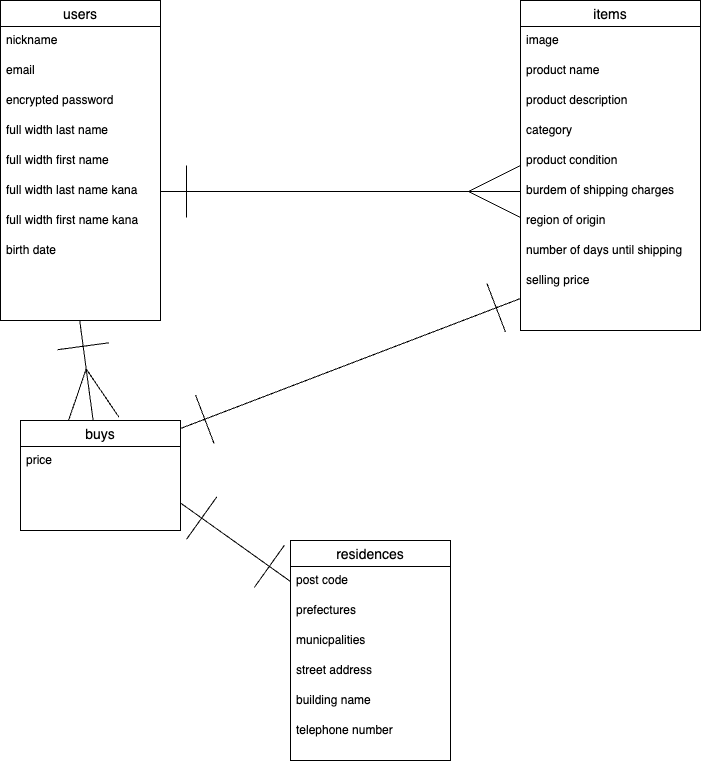
ryuzaki3248/furima-39995 keeps this draw.io diagram as furima.drawio.png. Above is the earlier version. Source tidied: cells renumbered, new cells last; positions are measured from the earlier drawing's top-left corner, leaving out a move shared by most shapes.
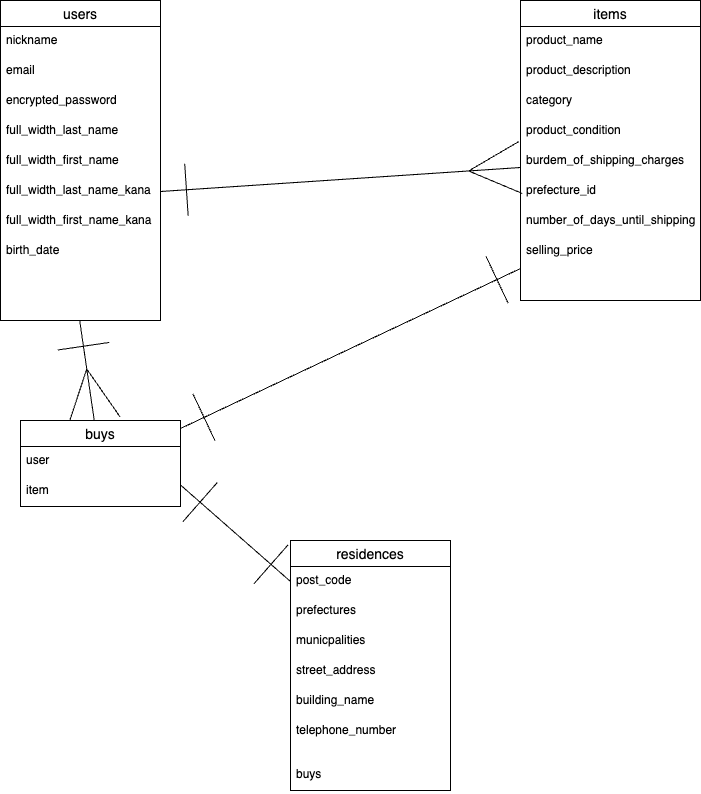
The same diagram one commit later.

Commit message:
ER図＆READMEの設計情報を修正

Change to the diagram source:
```diff
@@ -11,53 +11,50 @@
     <mxCell id="4" value="email" style="text;strokeColor=none;fillColor=none;spacingLeft=4;spacingRight=4;overflow=hidden;fontSize=12;" parent="2" vertex="1">
       <mxGeometry y="56" width="160" height="30" as="geometry" />
     </mxCell>
-    <mxCell id="5" value="encrypted password" style="text;strokeColor=none;fillColor=none;spacingLeft=4;spacingRight=4;overflow=hidden;fontSize=12;" parent="2" vertex="1">
+    <mxCell id="5" value="encrypted_password" style="text;strokeColor=none;fillColor=none;spacingLeft=4;spacingRight=4;overflow=hidden;fontSize=12;" parent="2" vertex="1">
       <mxGeometry y="86" width="160" height="30" as="geometry" />
     </mxCell>
-    <mxCell id="6" value="full width last name" style="text;strokeColor=none;fillColor=none;spacingLeft=4;spacingRight=4;overflow=hidden;fontSize=12;" parent="2" vertex="1">
+    <mxCell id="6" value="full_width_last_name" style="text;strokeColor=none;fillColor=none;spacingLeft=4;spacingRight=4;overflow=hidden;fontSize=12;" parent="2" vertex="1">
       <mxGeometry y="116" width="160" height="30" as="geometry" />
     </mxCell>
-    <mxCell id="7" value="full width first name" style="text;strokeColor=none;fillColor=none;spacingLeft=4;spacingRight=4;overflow=hidden;fontSize=12;" parent="2" vertex="1">
+    <mxCell id="7" value="full_width_first_name" style="text;strokeColor=none;fillColor=none;spacingLeft=4;spacingRight=4;overflow=hidden;fontSize=12;" parent="2" vertex="1">
       <mxGeometry y="146" width="160" height="30" as="geometry" />
     </mxCell>
-    <mxCell id="8" value="full width last name kana" style="text;strokeColor=none;fillColor=none;spacingLeft=4;spacingRight=4;overflow=hidden;points=[[0,0.5],[1,0.5]];portConstraint=eastwest;fontSize=12;" parent="2" vertex="1">
+    <mxCell id="8" value="full_width_last_name_kana" style="text;strokeColor=none;fillColor=none;spacingLeft=4;spacingRight=4;overflow=hidden;points=[[0,0.5],[1,0.5]];portConstraint=eastwest;fontSize=12;" parent="2" vertex="1">
       <mxGeometry y="176" width="160" height="30" as="geometry" />
     </mxCell>
-    <mxCell id="9" value="full width first name kana" style="text;strokeColor=none;fillColor=none;spacingLeft=4;spacingRight=4;overflow=hidden;fontSize=12;" parent="2" vertex="1">
+    <mxCell id="9" value="full_width_first_name_kana" style="text;strokeColor=none;fillColor=none;spacingLeft=4;spacingRight=4;overflow=hidden;fontSize=12;" parent="2" vertex="1">
       <mxGeometry y="206" width="160" height="30" as="geometry" />
     </mxCell>
-    <mxCell id="10" value="birth date" style="text;strokeColor=none;fillColor=none;spacingLeft=4;spacingRight=4;overflow=hidden;points=[[0,0.5],[1,0.5]];portConstraint=eastwest;fontSize=12;" parent="2" vertex="1">
+    <mxCell id="10" value="birth_date" style="text;strokeColor=none;fillColor=none;spacingLeft=4;spacingRight=4;overflow=hidden;points=[[0,0.5],[1,0.5]];portConstraint=eastwest;fontSize=12;" parent="2" vertex="1">
       <mxGeometry y="236" width="160" height="84" as="geometry" />
     </mxCell>
     <mxCell id="11" value="items" style="swimlane;fontStyle=0;horizontal=1;startSize=26;align=center;fontSize=14;" parent="1" vertex="1">
-      <mxGeometry x="520" width="180" height="330" as="geometry" />
+      <mxGeometry x="520" width="180" height="300" as="geometry" />
     </mxCell>
-    <mxCell id="12" value="image" style="text;strokeColor=none;fillColor=none;spacingLeft=4;spacingRight=4;overflow=hidden;fontSize=12;" parent="11" vertex="1">
-      <mxGeometry y="26" width="180" height="30" as="geometry" />
-    </mxCell>
-    <mxCell id="13" value="product name" style="text;strokeColor=none;fillColor=none;spacingLeft=4;spacingRight=4;overflow=hidden;fontSize=12;" parent="11" vertex="1">
-      <mxGeometry y="56" width="180" height="30" as="geometry" />
+    <mxCell id="13" value="product_name" style="text;strokeColor=none;fillColor=none;spacingLeft=4;spacingRight=4;overflow=hidden;fontSize=12;" parent="11" vertex="1">
+      <mxGeometry y="26" width="180" height="30" as="geometry" />
     </mxCell>
-    <mxCell id="14" value="product description" style="text;strokeColor=none;fillColor=none;spacingLeft=4;spacingRight=4;overflow=hidden;fontSize=12;" parent="11" vertex="1">
-      <mxGeometry y="86" width="180" height="30" as="geometry" />
+    <mxCell id="14" value="product_description" style="text;strokeColor=none;fillColor=none;spacingLeft=4;spacingRight=4;overflow=hidden;fontSize=12;" parent="11" vertex="1">
+      <mxGeometry y="56" width="180" height="30" as="geometry" />
     </mxCell>
     <mxCell id="15" value="category" style="text;strokeColor=none;fillColor=none;spacingLeft=4;spacingRight=4;overflow=hidden;fontSize=12;" parent="11" vertex="1">
-      <mxGeometry y="116" width="180" height="30" as="geometry" />
+      <mxGeometry y="86" width="180" height="30" as="geometry" />
     </mxCell>
-    <mxCell id="16" value="product condition" style="text;strokeColor=none;fillColor=none;spacingLeft=4;spacingRight=4;overflow=hidden;fontSize=12;" parent="11" vertex="1">
-      <mxGeometry y="146" width="180" height="30" as="geometry" />
+    <mxCell id="16" value="product_condition" style="text;strokeColor=none;fillColor=none;spacingLeft=4;spacingRight=4;overflow=hidden;fontSize=12;" parent="11" vertex="1">
+      <mxGeometry y="116" width="180" height="30" as="geometry" />
     </mxCell>
-    <mxCell id="17" value="burdem of shipping charges" style="text;strokeColor=none;fillColor=none;spacingLeft=4;spacingRight=4;overflow=hidden;points=[[0,0.5],[1,0.5]];portConstraint=eastwest;fontSize=12;" parent="11" vertex="1">
-      <mxGeometry y="176" width="180" height="30" as="geometry" />
+    <mxCell id="17" value="burdem_of_shipping_charges" style="text;strokeColor=none;fillColor=none;spacingLeft=4;spacingRight=4;overflow=hidden;points=[[0,0.5],[1,0.5]];portConstraint=eastwest;fontSize=12;" parent="11" vertex="1">
+      <mxGeometry y="146" width="180" height="30" as="geometry" />
     </mxCell>
-    <mxCell id="18" value="region of origin" style="text;strokeColor=none;fillColor=none;spacingLeft=4;spacingRight=4;overflow=hidden;fontSize=12;" parent="11" vertex="1">
-      <mxGeometry y="206" width="180" height="30" as="geometry" />
+    <mxCell id="18" value="prefecture_id" style="text;strokeColor=none;fillColor=none;spacingLeft=4;spacingRight=4;overflow=hidden;fontSize=12;" parent="11" vertex="1">
+      <mxGeometry y="176" width="180" height="30" as="geometry" />
     </mxCell>
-    <mxCell id="19" value="number of days until shipping" style="text;strokeColor=none;fillColor=none;spacingLeft=4;spacingRight=4;overflow=hidden;fontSize=12;" parent="11" vertex="1">
-      <mxGeometry y="236" width="180" height="30" as="geometry" />
+    <mxCell id="19" value="number_of_days_until_shipping" style="text;strokeColor=none;fillColor=none;spacingLeft=4;spacingRight=4;overflow=hidden;fontSize=12;" parent="11" vertex="1">
+      <mxGeometry y="206" width="180" height="30" as="geometry" />
     </mxCell>
-    <mxCell id="20" value="selling price" style="text;strokeColor=none;fillColor=none;spacingLeft=4;spacingRight=4;overflow=hidden;points=[[0,0.5],[1,0.5]];portConstraint=eastwest;fontSize=12;" parent="11" vertex="1">
-      <mxGeometry y="266" width="180" height="64" as="geometry" />
+    <mxCell id="20" value="selling_price" style="text;strokeColor=none;fillColor=none;spacingLeft=4;spacingRight=4;overflow=hidden;points=[[0,0.5],[1,0.5]];portConstraint=eastwest;fontSize=12;" parent="11" vertex="1">
+      <mxGeometry y="236" width="180" height="64" as="geometry" />
     </mxCell>
     <mxCell id="21" style="edgeStyle=none;html=1;endArrow=ERmany;endFill=0;startArrow=ERone;startFill=0;exitX=1;exitY=0.5;exitDx=0;exitDy=0;jumpSize=15;startSize=50;endSize=50;" parent="1" edge="1" source="8" target="17">
       <mxGeometry relative="1" as="geometry" />
@@ -69,15 +66,18 @@
       <mxGeometry relative="1" as="geometry" />
     </mxCell>
     <mxCell id="24" value="buys" style="swimlane;fontStyle=0;horizontal=1;startSize=26;align=center;fontSize=14;" parent="1" vertex="1">
-      <mxGeometry x="20" y="420" width="160" height="110" as="geometry" />
+      <mxGeometry x="20" y="420" width="160" height="86" as="geometry" />
     </mxCell>
-    <mxCell id="25" value="price" style="text;strokeColor=none;fillColor=none;spacingLeft=4;spacingRight=4;overflow=hidden;fontSize=12;sketch=0;" parent="24" vertex="1">
-      <mxGeometry y="26" width="160" height="84" as="geometry" />
-    </mxCell>
+    <mxCell id="34" value="user" style="text;strokeColor=none;fillColor=none;spacingLeft=4;spacingRight=4;overflow=hidden;fontSize=12;sketch=0;" parent="24" vertex="1">
+      <mxGeometry y="26" width="160" height="30" as="geometry" />
+    </mxCell>
+    <mxCell id="35" value="item" style="text;strokeColor=none;fillColor=none;spacingLeft=4;spacingRight=4;overflow=hidden;fontSize=12;sketch=0;" parent="24" vertex="1">
+      <mxGeometry y="56" width="160" height="30" as="geometry" />
+    </mxCell>
     <mxCell id="26" value="residences" style="swimlane;fontStyle=0;horizontal=1;startSize=26;align=center;fontSize=14;" parent="1" vertex="1">
-      <mxGeometry x="290" y="540" width="160" height="220" as="geometry" />
+      <mxGeometry x="290" y="540" width="160" height="250" as="geometry" />
     </mxCell>
-    <mxCell id="27" value="post code" style="text;strokeColor=none;fillColor=none;spacingLeft=4;spacingRight=4;overflow=hidden;points=[[0,0.5],[1,0.5]];portConstraint=eastwest;fontSize=12;" parent="26" vertex="1">
+    <mxCell id="27" value="post_code" style="text;strokeColor=none;fillColor=none;spacingLeft=4;spacingRight=4;overflow=hidden;points=[[0,0.5],[1,0.5]];portConstraint=eastwest;fontSize=12;" parent="26" vertex="1">
       <mxGeometry y="26" width="160" height="30" as="geometry" />
     </mxCell>
     <mxCell id="28" value="prefectures" style="text;strokeColor=none;fillColor=none;spacingLeft=4;spacingRight=4;overflow=hidden;fontSize=12;" parent="26" vertex="1">
@@ -86,15 +86,18 @@
     <mxCell id="29" value="municpalities" style="text;strokeColor=none;fillColor=none;spacingLeft=4;spacingRight=4;overflow=hidden;fontSize=12;" parent="26" vertex="1">
       <mxGeometry y="86" width="160" height="30" as="geometry" />
     </mxCell>
-    <mxCell id="30" value="street address" style="text;strokeColor=none;fillColor=none;spacingLeft=4;spacingRight=4;overflow=hidden;fontSize=12;" parent="26" vertex="1">
+    <mxCell id="30" value="street_address" style="text;strokeColor=none;fillColor=none;spacingLeft=4;spacingRight=4;overflow=hidden;fontSize=12;" parent="26" vertex="1">
       <mxGeometry y="116" width="160" height="30" as="geometry" />
     </mxCell>
-    <mxCell id="31" value="building name" style="text;strokeColor=none;fillColor=none;spacingLeft=4;spacingRight=4;overflow=hidden;fontSize=12;" parent="26" vertex="1">
+    <mxCell id="31" value="building_name" style="text;strokeColor=none;fillColor=none;spacingLeft=4;spacingRight=4;overflow=hidden;fontSize=12;" parent="26" vertex="1">
       <mxGeometry y="146" width="160" height="30" as="geometry" />
     </mxCell>
-    <mxCell id="32" value="telephone number" style="text;strokeColor=none;fillColor=none;spacingLeft=4;spacingRight=4;overflow=hidden;fontSize=12;" parent="26" vertex="1">
+    <mxCell id="32" value="telephone_number" style="text;strokeColor=none;fillColor=none;spacingLeft=4;spacingRight=4;overflow=hidden;fontSize=12;" parent="26" vertex="1">
       <mxGeometry y="176" width="160" height="44" as="geometry" />
     </mxCell>
+    <mxCell id="36" value="buys" style="text;strokeColor=none;fillColor=none;spacingLeft=4;spacingRight=4;overflow=hidden;fontSize=12;sketch=0;" parent="26" vertex="1">
+      <mxGeometry y="220" width="160" height="30" as="geometry" />
+    </mxCell>
     <mxCell id="33" style="edgeStyle=none;html=1;exitX=0;exitY=0.5;exitDx=0;exitDy=0;endArrow=ERone;endFill=0;startArrow=ERone;startFill=0;endSize=50;startSize=50;" parent="1" edge="1" source="20">
       <mxGeometry relative="1" as="geometry">
         <mxPoint x="180" y="428" as="targetPoint" />
```
